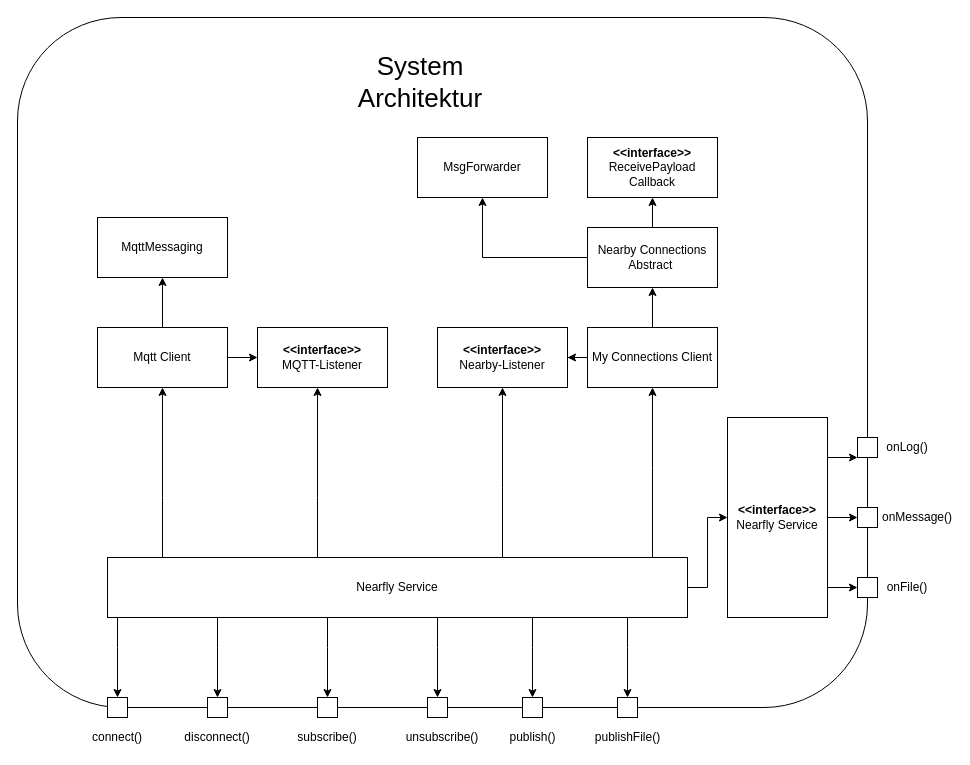
Before: Diagramme/Systemarchitecture.drawio in zettime/Nearfly-Android, a draw.io diagram. Source tidied: cells renumbered, new cells numbered last; positions are measured from the earlier drawing's top-left corner, leaving out a move shared by most shapes. Both pictures are drawn from the tidied source at 100%, with x=0, y=0 at pixel (17, 17).
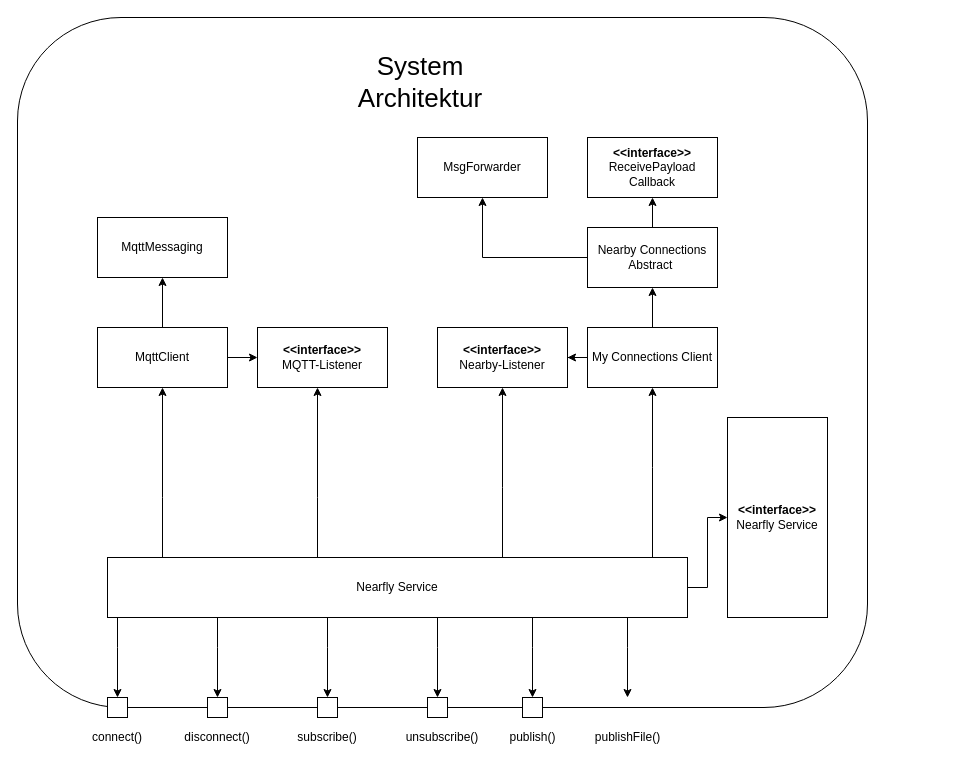
After the change.

The change refers to these unchanged cells:
```xml
<mxCell id="42" value="&lt;b&gt;&amp;lt;&amp;lt;interface&amp;gt;&amp;gt;&lt;br&gt;&lt;/b&gt;Nearfly Service" style="rounded=0;whiteSpace=wrap;html=1;" parent="1" vertex="1">
  <mxGeometry x="710" y="400" width="100" height="200" as="geometry" />
</mxCell>
```

The edit, as a diff of the source:
```diff
@@
-    <mxCell id="13" value="Mqtt Client" style="rounded=0;whiteSpace=wrap;html=1;" parent="1" vertex="1">
+    <mxCell id="13" value="MqttClient" style="rounded=0;whiteSpace=wrap;html=1;" parent="1" vertex="1">
       <mxGeometry x="80" y="310" width="130" height="60" as="geometry" />
     </mxCell>
@@
-    <mxCell id="37" style="edgeStyle=orthogonalEdgeStyle;rounded=0;jettySize=auto;html=1;entryX=0.5;entryY=0;entryDx=0;entryDy=0;" parent="1" edge="1" target="38">
+    <mxCell id="37" style="edgeStyle=orthogonalEdgeStyle;rounded=0;orthogonalLoop=1;jettySize=auto;html=1;entryX=0.5;entryY=0;entryDx=0;entryDy=0;" parent="1" edge="1">
       <mxGeometry relative="1" as="geometry">
         <mxPoint x="610" y="600" as="sourcePoint" />
+        <mxPoint x="610" y="680" as="targetPoint" />
         <Array as="points">
           <mxPoint x="610" y="630" />
           <mxPoint x="610" y="630" />
         </Array>
       </mxGeometry>
     </mxCell>
-    <mxCell id="38" style="rounded=0;whiteSpace=wrap;html=1;" parent="1" vertex="1">
-      <mxGeometry x="600" y="680" width="20" height="20" as="geometry" />
-    </mxCell>
-    <mxCell id="39" style="edgeStyle=orthogonalEdgeStyle;rounded=0;jettySize=auto;html=1;entryX=0;entryY=0.5;entryDx=0;entryDy=0;" parent="1" edge="1" source="42" target="46">
-      <mxGeometry relative="1" as="geometry" />
-    </mxCell>
-    <mxCell id="40" style="edgeStyle=orthogonalEdgeStyle;rounded=0;jettySize=auto;html=1;" parent="1" edge="1" source="42" target="47">
-      <mxGeometry relative="1" as="geometry">
-        <Array as="points">
-          <mxPoint x="780" y="430" />
-          <mxPoint x="780" y="430" />
-        </Array>
-      </mxGeometry>
-    </mxCell>
-    <mxCell id="41" style="edgeStyle=orthogonalEdgeStyle;rounded=0;jettySize=auto;html=1;entryX=0;entryY=0.5;entryDx=0;entryDy=0;" parent="1" edge="1" source="42" target="49">
-      <mxGeometry relative="1" as="geometry">
-        <Array as="points">
-          <mxPoint x="780" y="570" />
-          <mxPoint x="780" y="570" />
-        </Array>
-      </mxGeometry>
-    </mxCell>
@@
-    <mxCell id="46" style="rounded=0;whiteSpace=wrap;html=1;" parent="1" vertex="1">
-      <mxGeometry x="840" y="490" width="20" height="20" as="geometry" />
-    </mxCell>
-    <mxCell id="47" style="rounded=0;whiteSpace=wrap;html=1;" parent="1" vertex="1">
-      <mxGeometry x="840" y="420" width="20" height="20" as="geometry" />
-    </mxCell>
-    <mxCell id="48" value="onFile()" style="text;html=1;strokeColor=none;fillColor=none;align=center;verticalAlign=middle;whiteSpace=wrap;rounded=0;" parent="1" vertex="1">
-      <mxGeometry x="870" y="560" width="40" height="20" as="geometry" />
-    </mxCell>
-    <mxCell id="49" style="rounded=0;whiteSpace=wrap;html=1;" parent="1" vertex="1">
-      <mxGeometry x="840" y="560" width="20" height="20" as="geometry" />
-    </mxCell>
-    <mxCell id="50" value="onMessage()" style="text;html=1;strokeColor=none;fillColor=none;align=center;verticalAlign=middle;whiteSpace=wrap;rounded=0;" parent="1" vertex="1">
-      <mxGeometry x="880" y="490" width="40" height="20" as="geometry" />
-    </mxCell>
-    <mxCell id="51" value="onLog()" style="text;html=1;strokeColor=none;fillColor=none;align=center;verticalAlign=middle;whiteSpace=wrap;rounded=0;" parent="1" vertex="1">
-      <mxGeometry x="870" y="420" width="40" height="20" as="geometry" />
-    </mxCell>
```
